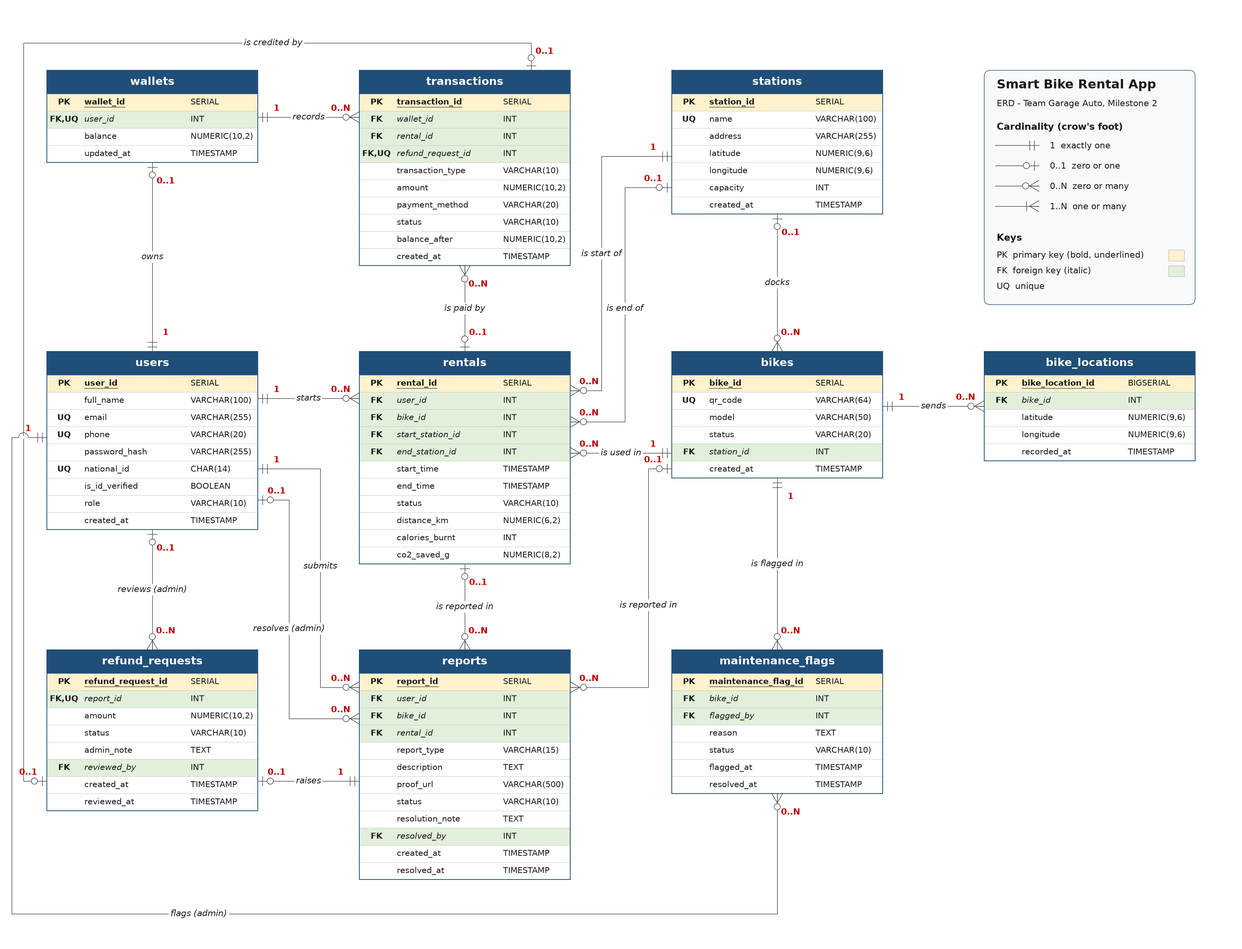
Before: docs/erd.png, a diagram exported from draw.io (itsaymoun/smart-bike-rental-garage-auto). Source tidied: cells renumbered, new cells last; positions are measured from the earlier drawing's top-left corner, leaving out a move shared by most shapes.
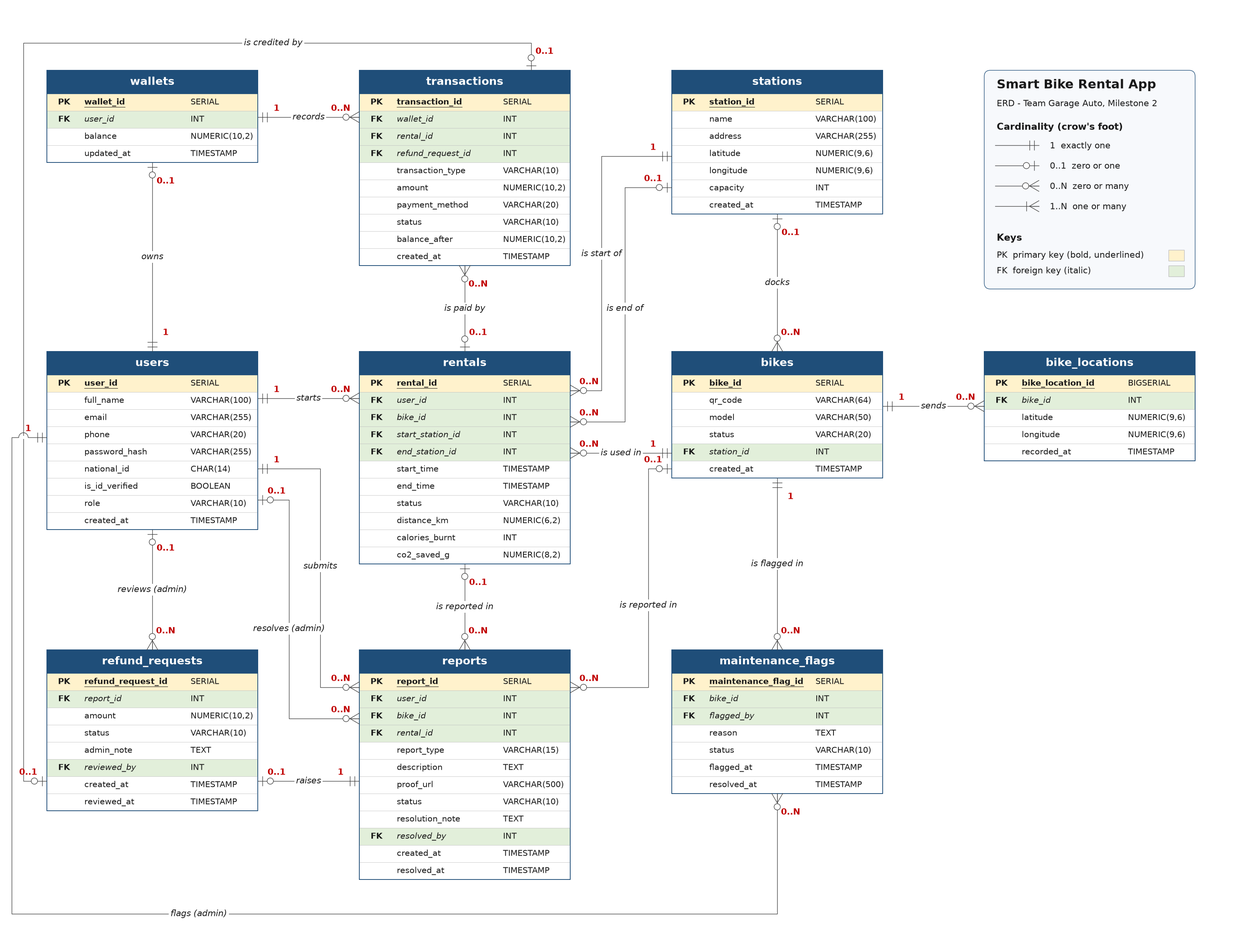
Later version of the same file.

Commit message:
Remove UQ markers from the ERD

Diff of the diagram source:
```diff
@@ -20,7 +20,7 @@
     <mxCell id="7" style="rounded=0;html=0;fillColor=#E2EFDA;strokeColor=#BFBFBF;" parent="2" vertex="1">
       <mxGeometry y="52" width="270" height="22" as="geometry" />
     </mxCell>
-    <mxCell id="8" value="FK,UQ" style="text;html=0;strokeColor=none;fillColor=none;align=center;verticalAlign=middle;spacingLeft=4;fontSize=10.5;fontStyle=1;fontColor=#1A1A1A;" parent="2" vertex="1">
+    <mxCell id="8" value="FK" style="text;html=0;strokeColor=none;fillColor=none;align=center;verticalAlign=middle;spacingLeft=4;fontSize=10.5;fontStyle=1;fontColor=#1A1A1A;" parent="2" vertex="1">
       <mxGeometry y="52" width="44" height="22" as="geometry" />
     </mxCell>
     <mxCell id="9" value="user_id" style="text;html=0;strokeColor=none;fillColor=none;align=left;verticalAlign=middle;spacingLeft=4;fontSize=10.5;fontStyle=2;fontColor=#1A1A1A;" parent="2" vertex="1">
@@ -95,7 +95,7 @@
     <mxCell id="32" style="rounded=0;html=0;fillColor=#E2EFDA;strokeColor=#BFBFBF;" parent="19" vertex="1">
       <mxGeometry y="96" width="270" height="22" as="geometry" />
     </mxCell>
-    <mxCell id="33" value="FK,UQ" style="text;html=0;strokeColor=none;fillColor=none;align=center;verticalAlign=middle;spacingLeft=4;fontSize=10.5;fontStyle=1;fontColor=#1A1A1A;" parent="19" vertex="1">
+    <mxCell id="33" value="FK" style="text;html=0;strokeColor=none;fillColor=none;align=center;verticalAlign=middle;spacingLeft=4;fontSize=10.5;fontStyle=1;fontColor=#1A1A1A;" parent="19" vertex="1">
       <mxGeometry y="96" width="44" height="22" as="geometry" />
     </mxCell>
     <mxCell id="34" value="refund_request_id" style="text;html=0;strokeColor=none;fillColor=none;align=left;verticalAlign=middle;spacingLeft=4;fontSize=10.5;fontStyle=2;fontColor=#1A1A1A;" parent="19" vertex="1">
@@ -194,7 +194,7 @@
     <mxCell id="65" style="rounded=0;html=0;fillColor=none;strokeColor=#BFBFBF;" parent="60" vertex="1">
       <mxGeometry y="52" width="270" height="22" as="geometry" />
     </mxCell>
-    <mxCell id="66" value="UQ" style="text;html=0;strokeColor=none;fillColor=none;align=center;verticalAlign=middle;spacingLeft=4;fontSize=10.5;fontStyle=1;fontColor=#1A1A1A;" parent="60" vertex="1">
+    <mxCell id="66" style="text;html=0;strokeColor=none;fillColor=none;align=center;verticalAlign=middle;spacingLeft=4;fontSize=10.5;fontStyle=1;fontColor=#1A1A1A;" parent="60" vertex="1">
       <mxGeometry y="52" width="44" height="22" as="geometry" />
     </mxCell>
     <mxCell id="67" value="name" style="text;html=0;strokeColor=none;fillColor=none;align=left;verticalAlign=middle;spacingLeft=4;fontSize=10.5;fontStyle=0;fontColor=#1A1A1A;" parent="60" vertex="1">
@@ -293,7 +293,7 @@
     <mxCell id="98" style="rounded=0;html=0;fillColor=none;strokeColor=#BFBFBF;" parent="89" vertex="1">
       <mxGeometry y="74" width="270" height="22" as="geometry" />
     </mxCell>
-    <mxCell id="99" value="UQ" style="text;html=0;strokeColor=none;fillColor=none;align=center;verticalAlign=middle;spacingLeft=4;fontSize=10.5;fontStyle=1;fontColor=#1A1A1A;" parent="89" vertex="1">
+    <mxCell id="99" style="text;html=0;strokeColor=none;fillColor=none;align=center;verticalAlign=middle;spacingLeft=4;fontSize=10.5;fontStyle=1;fontColor=#1A1A1A;" parent="89" vertex="1">
       <mxGeometry y="74" width="44" height="22" as="geometry" />
     </mxCell>
     <mxCell id="100" value="email" style="text;html=0;strokeColor=none;fillColor=none;align=left;verticalAlign=middle;spacingLeft=4;fontSize=10.5;fontStyle=0;fontColor=#1A1A1A;" parent="89" vertex="1">
@@ -305,7 +305,7 @@
     <mxCell id="102" style="rounded=0;html=0;fillColor=none;strokeColor=#BFBFBF;" parent="89" vertex="1">
       <mxGeometry y="96" width="270" height="22" as="geometry" />
     </mxCell>
-    <mxCell id="103" value="UQ" style="text;html=0;strokeColor=none;fillColor=none;align=center;verticalAlign=middle;spacingLeft=4;fontSize=10.5;fontStyle=1;fontColor=#1A1A1A;" parent="89" vertex="1">
+    <mxCell id="103" style="text;html=0;strokeColor=none;fillColor=none;align=center;verticalAlign=middle;spacingLeft=4;fontSize=10.5;fontStyle=1;fontColor=#1A1A1A;" parent="89" vertex="1">
       <mxGeometry y="96" width="44" height="22" as="geometry" />
     </mxCell>
     <mxCell id="104" value="phone" style="text;html=0;strokeColor=none;fillColor=none;align=left;verticalAlign=middle;spacingLeft=4;fontSize=10.5;fontStyle=0;fontColor=#1A1A1A;" parent="89" vertex="1">
@@ -329,7 +329,7 @@
     <mxCell id="110" style="rounded=0;html=0;fillColor=none;strokeColor=#BFBFBF;" parent="89" vertex="1">
       <mxGeometry y="140" width="270" height="22" as="geometry" />
     </mxCell>
-    <mxCell id="111" value="UQ" style="text;html=0;strokeColor=none;fillColor=none;align=center;verticalAlign=middle;spacingLeft=4;fontSize=10.5;fontStyle=1;fontColor=#1A1A1A;" parent="89" vertex="1">
+    <mxCell id="111" style="text;html=0;strokeColor=none;fillColor=none;align=center;verticalAlign=middle;spacingLeft=4;fontSize=10.5;fontStyle=1;fontColor=#1A1A1A;" parent="89" vertex="1">
       <mxGeometry y="140" width="44" height="22" as="geometry" />
     </mxCell>
     <mxCell id="112" value="national_id" style="text;html=0;strokeColor=none;fillColor=none;align=left;verticalAlign=middle;spacingLeft=4;fontSize=10.5;fontStyle=0;fontColor=#1A1A1A;" parent="89" vertex="1">
@@ -527,7 +527,7 @@
     <mxCell id="176" style="rounded=0;html=0;fillColor=none;strokeColor=#BFBFBF;" parent="171" vertex="1">
       <mxGeometry y="52" width="270" height="22" as="geometry" />
     </mxCell>
-    <mxCell id="177" value="UQ" style="text;html=0;strokeColor=none;fillColor=none;align=center;verticalAlign=middle;spacingLeft=4;fontSize=10.5;fontStyle=1;fontColor=#1A1A1A;" parent="171" vertex="1">
+    <mxCell id="177" style="text;html=0;strokeColor=none;fillColor=none;align=center;verticalAlign=middle;spacingLeft=4;fontSize=10.5;fontStyle=1;fontColor=#1A1A1A;" parent="171" vertex="1">
       <mxGeometry y="52" width="44" height="22" as="geometry" />
     </mxCell>
     <mxCell id="178" value="qr_code" style="text;html=0;strokeColor=none;fillColor=none;align=left;verticalAlign=middle;spacingLeft=4;fontSize=10.5;fontStyle=0;fontColor=#1A1A1A;" parent="171" vertex="1">
@@ -665,7 +665,7 @@
     <mxCell id="222" style="rounded=0;html=0;fillColor=#E2EFDA;strokeColor=#BFBFBF;" parent="217" vertex="1">
       <mxGeometry y="52" width="270" height="22" as="geometry" />
     </mxCell>
-    <mxCell id="223" value="FK,UQ" style="text;html=0;strokeColor=none;fillColor=none;align=center;verticalAlign=middle;spacingLeft=4;fontSize=10.5;fontStyle=1;fontColor=#1A1A1A;" parent="217" vertex="1">
+    <mxCell id="223" value="FK" style="text;html=0;strokeColor=none;fillColor=none;align=center;verticalAlign=middle;spacingLeft=4;fontSize=10.5;fontStyle=1;fontColor=#1A1A1A;" parent="217" vertex="1">
       <mxGeometry y="52" width="44" height="22" as="geometry" />
     </mxCell>
     <mxCell id="224" value="report_id" style="text;html=0;strokeColor=none;fillColor=none;align=left;verticalAlign=middle;spacingLeft=4;fontSize=10.5;fontStyle=2;fontColor=#1A1A1A;" parent="217" vertex="1">
@@ -1180,7 +1180,7 @@
       <mxGeometry x="979" y="977" width="36" height="16" as="geometry" />
     </mxCell>
     <mxCell id="382" style="rounded=1;arcSize=4;html=0;fillColor=#F7F9FC;strokeColor=#1F4E79;" parent="1" vertex="1">
-      <mxGeometry x="1245" y="35" width="270" height="300" as="geometry" />
+      <mxGeometry x="1245" y="35" width="270" height="280" as="geometry" />
     </mxCell>
     <mxCell id="383" style="endArrow=ERmandOne;endFill=0;endSize=12;html=0;strokeColor=#404040;" parent="1" edge="1">
       <mxGeometry relative="1" as="geometry">
@@ -1236,9 +1236,6 @@
     <mxCell id="396" value="FK  foreign key (italic)" style="text;html=0;align=left;verticalAlign=middle;fontSize=11;fontStyle=0;strokeColor=none;fillColor=none;fontColor=#1A1A1A;" parent="1" vertex="1">
       <mxGeometry x="1257" y="283" width="250" height="18" as="geometry" />
     </mxCell>
-    <mxCell id="397" value="UQ  unique" style="text;html=0;align=left;verticalAlign=middle;fontSize=11;fontStyle=0;strokeColor=none;fillColor=none;fontColor=#1A1A1A;" parent="1" vertex="1">
-      <mxGeometry x="1257" y="303" width="250" height="18" as="geometry" />
-    </mxCell>
     <mxCell id="398" style="rounded=0;fillColor=#FFF2CC;strokeColor=#BFBFBF;" parent="1" vertex="1">
       <mxGeometry x="1481" y="265" width="20" height="14" as="geometry" />
     </mxCell>
```
